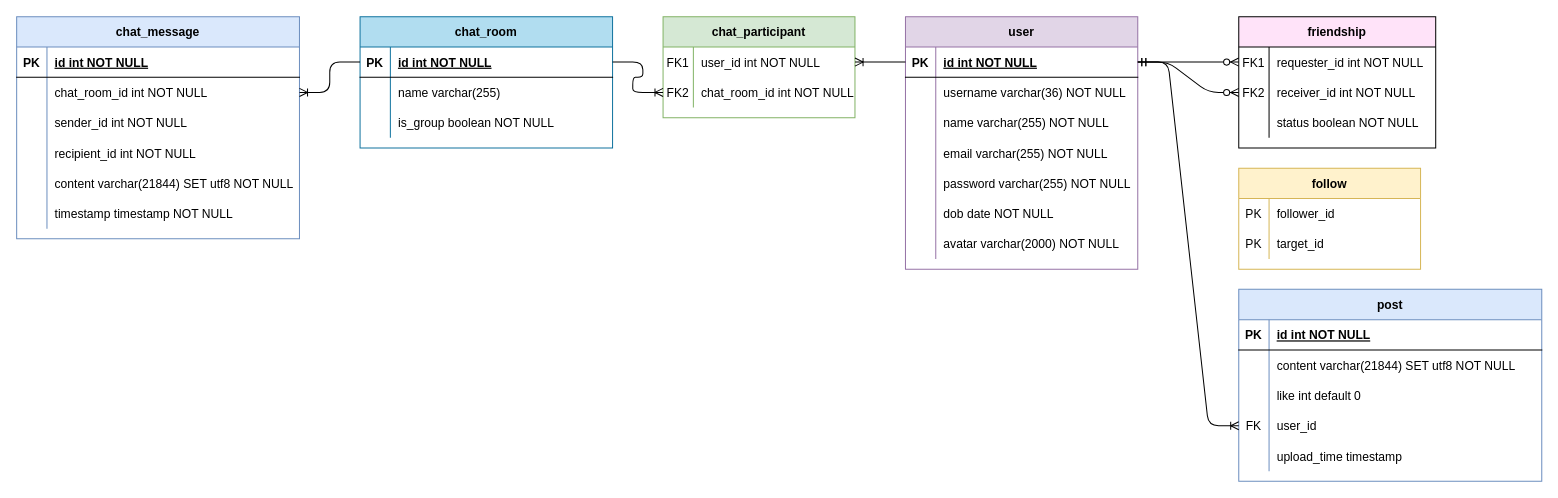
Above: fakebook.drawio in hoangvu03081/Fakebook (draw.io), before the change. Source tidied: cells renumbered, new cells numbered last; positions are measured from the earlier drawing's top-left corner, leaving out a move shared by most shapes. Both pictures are drawn from the tidied source at 101%, with x=0, y=0 at pixel (16, 16).
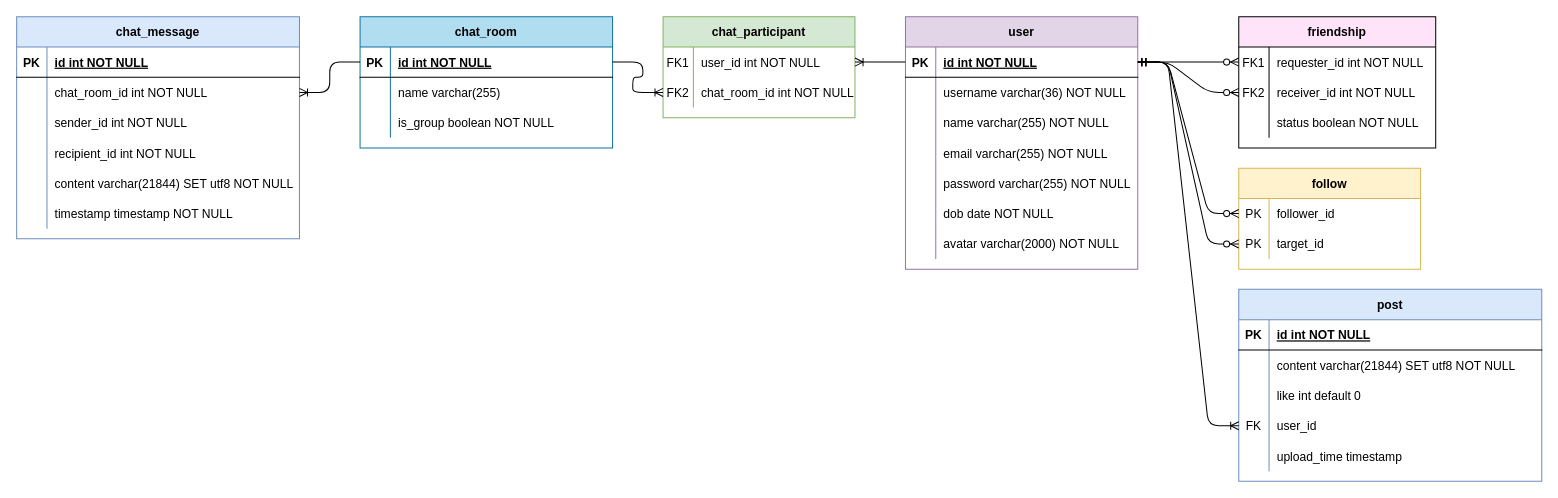
The same diagram, later.

Unchanged cells that the change refers to:
```xml
<mxCell id="39" style="shape=partialRectangle;fillColor=none;top=0;left=0;bottom=1;right=0;points=[[0,0.5],[1,0.5]];portConstraint=eastwest;" parent="38" vertex="1">
  <mxGeometry y="30" width="230" height="30" as="geometry" />
</mxCell>
<mxCell id="93" style="shape=partialRectangle;fillColor=none;top=0;left=0;bottom=0;right=0;points=[[0,0.5],[1,0.5]];portConstraint=eastwest;" parent="92" vertex="1">
  <mxGeometry y="30" width="180" height="30" as="geometry" />
</mxCell>
<mxCell id="96" style="shape=partialRectangle;fillColor=none;top=0;left=0;bottom=0;right=0;points=[[0,0.5],[1,0.5]];portConstraint=eastwest;" parent="92" vertex="1">
  <mxGeometry y="60" width="180" height="30" as="geometry" />
</mxCell>
```

The edit, as a diff of the source:
```diff
@@
+    <mxCell id="99" style="edgeStyle=entityRelationEdgeStyle;fontSize=12;html=1;endArrow=ERzeroToMany;startArrow=ERmandOne;exitX=1;exitY=0.5;exitDx=0;exitDy=0;entryX=0;entryY=0.5;entryDx=0;entryDy=0;" parent="1" edge="1" source="39" target="93">
+      <mxGeometry relative="1" as="geometry" />
+    </mxCell>
+    <mxCell id="100" style="edgeStyle=entityRelationEdgeStyle;fontSize=12;html=1;endArrow=ERzeroToMany;startArrow=ERmandOne;exitX=1;exitY=0.5;exitDx=0;exitDy=0;entryX=0;entryY=0.5;entryDx=0;entryDy=0;" parent="1" edge="1" source="39" target="96">
+      <mxGeometry relative="1" as="geometry" />
+    </mxCell>
```
